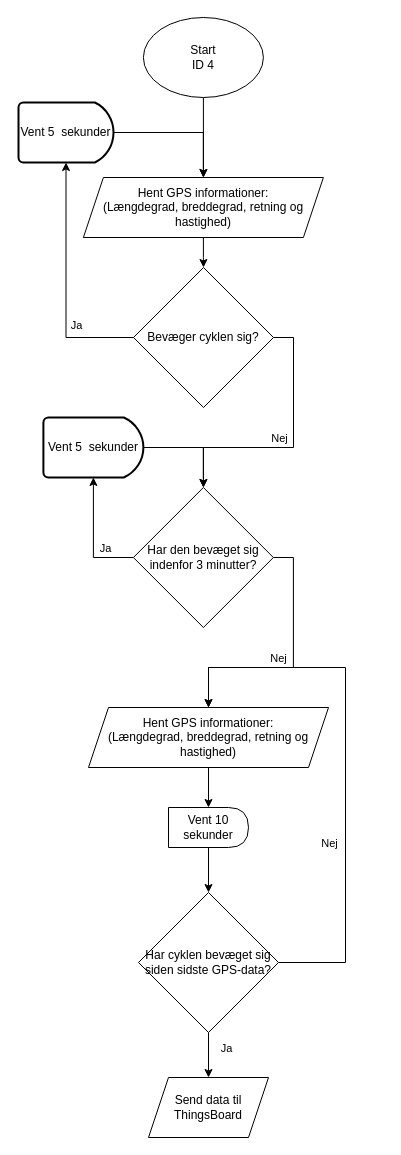
KEA-E24-B9-IOT1/E24-B9-IoT1 keeps this draw.io diagram as page "ID 4" (4 of 10) of Samlet løsning/Samlet Flowchart.drawio. Above is the earlier version. Source tidied: cells renumbered, new cells numbered last; positions are measured from the earlier drawing's top-left corner, leaving out a move shared by most shapes. Both pictures are drawn from the tidied source at 100%, with x=0, y=0 at pixel (18, 17).
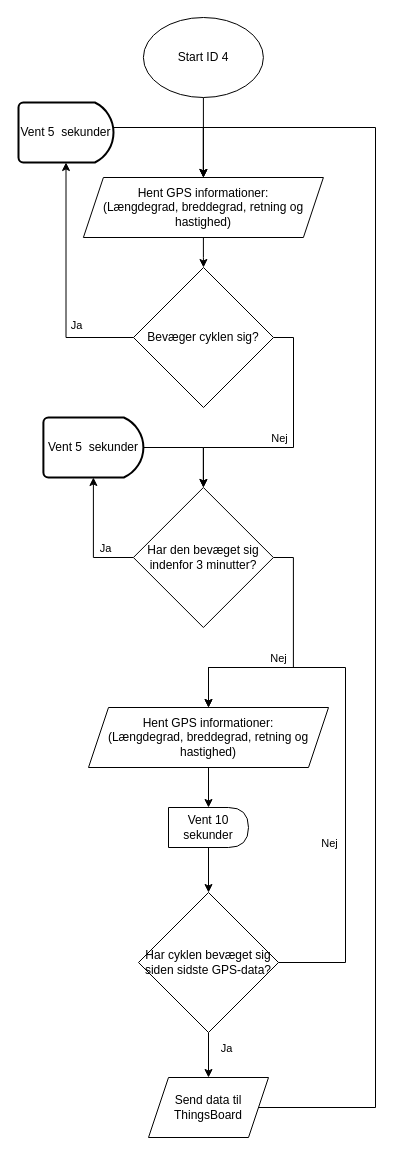
After the change.

Unchanged cells that the change refers to:
```xml
<mxCell id="11" value="Vent 5&amp;nbsp; sekunder" style="strokeWidth=2;html=1;shape=mxgraph.flowchart.delay;whiteSpace=wrap;" parent="1" vertex="1">
  <mxGeometry y="85" width="95" height="60" as="geometry" />
</mxCell>
<mxCell id="29" value="&lt;div&gt;Send data til&lt;/div&gt;&lt;div&gt;ThingsBoard&lt;/div&gt;" style="shape=parallelogram;perimeter=parallelogramPerimeter;whiteSpace=wrap;html=1;fixedSize=1;" parent="1" vertex="1">
  <mxGeometry x="130" y="1060" width="120" height="60" as="geometry" />
</mxCell>
<mxCell id="31" value="Hent GPS informationer:&lt;br&gt;(Længdegrad, breddegrad, retning og hastighed)" style="shape=parallelogram;perimeter=parallelogramPerimeter;whiteSpace=wrap;html=1;fixedSize=1;" parent="1" vertex="1">
  <mxGeometry x="64.9" y="160" width="240" height="60" as="geometry" />
</mxCell>
```

Change to the diagram source:
```diff
@@
-    <mxCell id="6" value="&lt;div&gt;Start&lt;br&gt;ID 4&lt;/div&gt;" style="ellipse;whiteSpace=wrap;html=1;" parent="1" vertex="1">
+    <mxCell id="6" value="&lt;div&gt;Start ID 4&lt;/div&gt;" style="ellipse;whiteSpace=wrap;html=1;" parent="1" vertex="1">
       <mxGeometry x="124.9" width="120" height="80" as="geometry" />
     </mxCell>
@@
     <mxCell id="10" style="edgeStyle=orthogonalEdgeStyle;rounded=0;jettySize=auto;html=1;exitX=1;exitY=0.5;exitDx=0;exitDy=0;exitPerimeter=0;entryX=0.5;entryY=0;entryDx=0;entryDy=0;" parent="1" edge="1" source="11" target="31">
-      <mxGeometry relative="1" as="geometry" />
+      <mxGeometry relative="1" as="geometry">
+        <Array as="points">
+          <mxPoint x="95" y="110" />
+          <mxPoint x="185" y="110" />
+        </Array>
+      </mxGeometry>
     </mxCell>
@@
+    <mxCell id="33" style="edgeStyle=orthogonalEdgeStyle;rounded=0;jettySize=auto;html=1;exitX=1;exitY=0.5;exitDx=0;exitDy=0;entryX=0.5;entryY=0;entryDx=0;entryDy=0;" parent="1" edge="1" source="29" target="31">
+      <mxGeometry relative="1" as="geometry">
+        <Array as="points">
+          <mxPoint x="357" y="1090" />
+          <mxPoint x="357" y="110" />
+          <mxPoint x="185" y="110" />
+        </Array>
+      </mxGeometry>
+    </mxCell>
```
